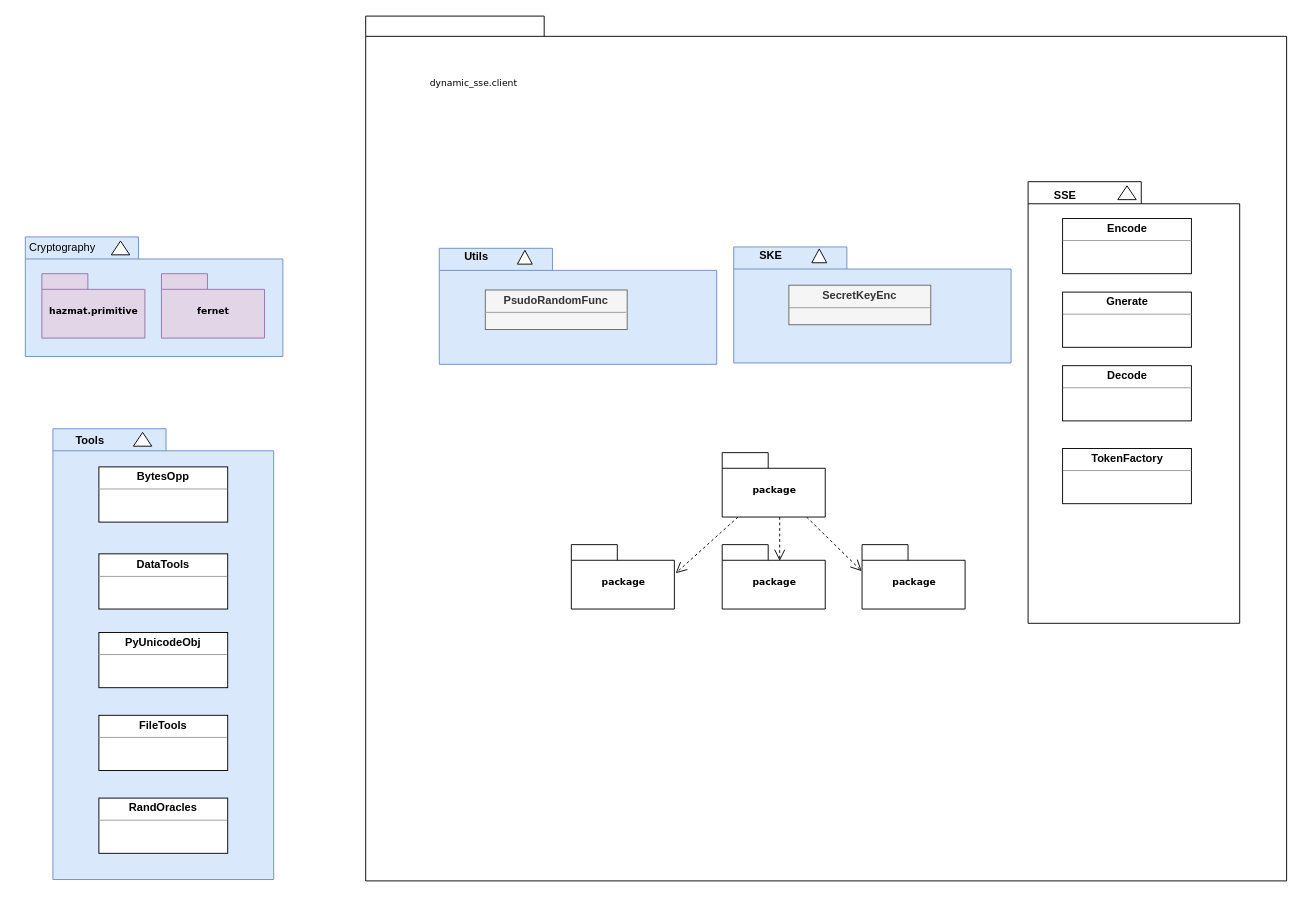
Before: diagrams/structural/client_package.drawio in thisisel/dynamic-sse, a draw.io diagram. Source tidied: cells renumbered, new cells numbered last; positions are measured from the earlier drawing's top-left corner, leaving out a move shared by most shapes. Both pictures are drawn from the tidied source at 92%, with x=0, y=0 at pixel (16, 16).
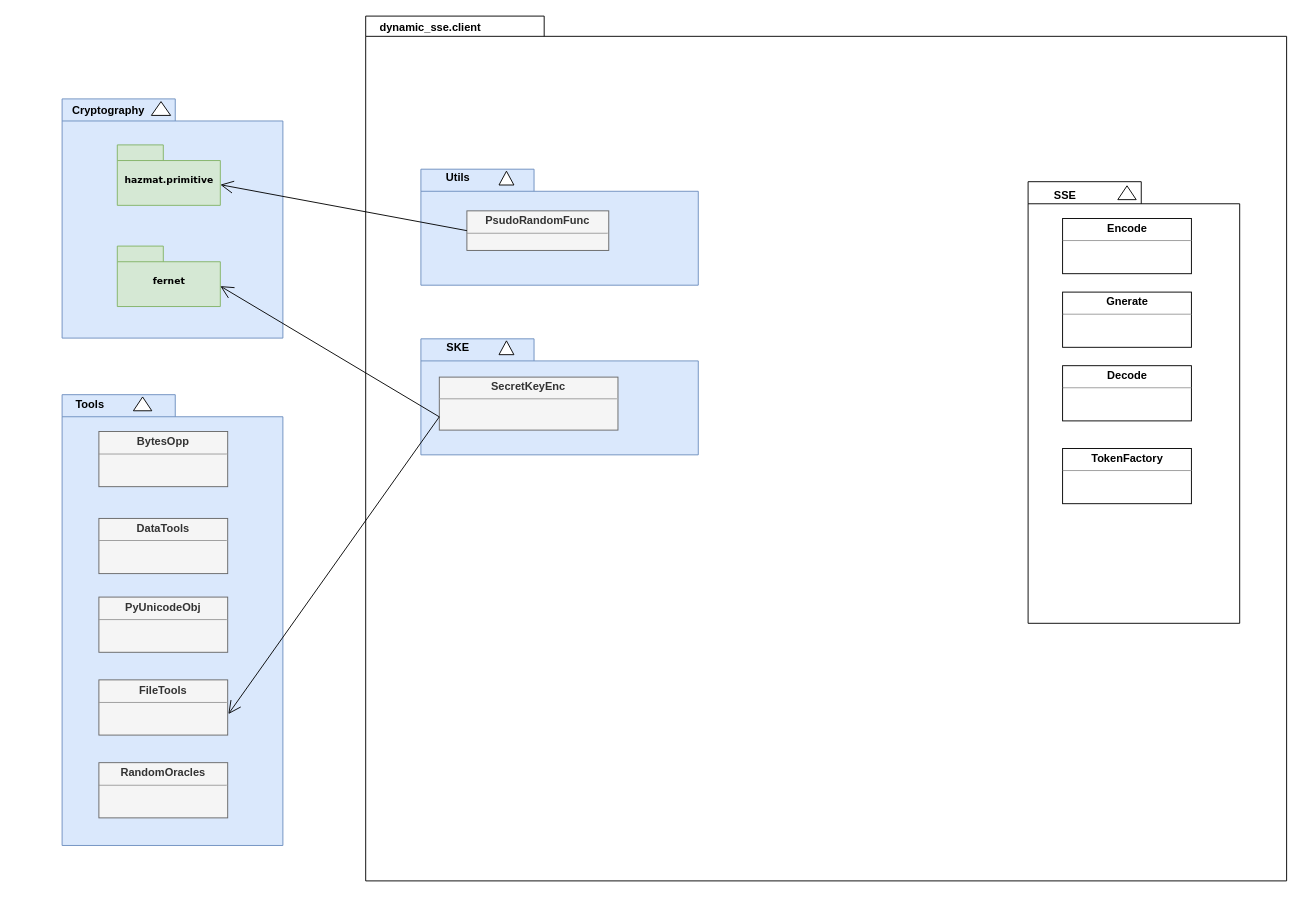
After the change.

Change to the diagram source:
```diff
@@
+    <mxCell id="19" style="group;" parent="1" vertex="1">
+      <mxGeometry x="40" y="90" width="280" height="260" as="geometry" />
+    </mxCell>
+    <mxCell id="20" style="shape=folder;fontStyle=1;spacingTop=10;tabWidth=123;tabHeight=24;tabPosition=left;html=1;rounded=0;shadow=0;comic=0;labelBackgroundColor=none;strokeWidth=1;fontFamily=Verdana;fontSize=10;align=center;fillColor=#dae8fc;strokeColor=#6c8ebf;" parent="19" vertex="1">
+      <mxGeometry x="10" width="240" height="260" as="geometry" />
+    </mxCell>
+    <mxCell id="21" style="triangle;whiteSpace=wrap;html=1;rounded=0;shadow=0;comic=0;labelBackgroundColor=none;strokeWidth=1;fontFamily=Verdana;fontSize=10;align=center;rotation=-90;" parent="19" vertex="1">
+      <mxGeometry x="110" width="15" height="20.9" as="geometry" />
+    </mxCell>
+    <mxCell id="22" value="hazmat.primitive" style="shape=folder;fontStyle=1;spacingTop=10;tabWidth=50;tabHeight=17;tabPosition=left;html=1;rounded=0;shadow=0;comic=0;labelBackgroundColor=none;strokeWidth=1;fontFamily=Verdana;fontSize=10;align=center;fillColor=#d5e8d4;strokeColor=#82b366;" parent="19" vertex="1">
+      <mxGeometry x="70" y="50" width="112" height="65.7" as="geometry" />
+    </mxCell>
+    <mxCell id="23" value="fernet" style="shape=folder;fontStyle=1;spacingTop=10;tabWidth=50;tabHeight=17;tabPosition=left;html=1;rounded=0;shadow=0;comic=0;labelBackgroundColor=none;strokeWidth=1;fontFamily=Verdana;fontSize=10;align=center;fillColor=#d5e8d4;strokeColor=#82b366;" parent="19" vertex="1">
+      <mxGeometry x="70" y="160" width="112" height="65.7" as="geometry" />
+    </mxCell>
+    <mxCell id="24" value="Cryptography" style="text;align=center;fontStyle=1;verticalAlign=middle;spacingLeft=3;spacingRight=3;strokeColor=none;html=1;" parent="19" vertex="1">
+      <mxGeometry x="20" width="80" height="26" as="geometry" />
+    </mxCell>
+    <mxCell id="30" style="group;" parent="1" vertex="1">
+      <mxGeometry x="440" y="165.6" width="301.5" height="126.9" as="geometry" />
+    </mxCell>
+    <mxCell id="44" style="group;" parent="30" vertex="1">
+      <mxGeometry width="301.5" height="126.9" as="geometry" />
+    </mxCell>
+    <mxCell id="31" style="shape=folder;fontStyle=1;spacingTop=10;tabWidth=123;tabHeight=24;tabPosition=left;html=1;rounded=0;shadow=0;comic=0;labelBackgroundColor=none;strokeWidth=1;fontFamily=Verdana;fontSize=10;align=center;fillColor=#dae8fc;strokeColor=#6c8ebf;" parent="44" vertex="1">
+      <mxGeometry y="0.8" width="301.5" height="126.1" as="geometry" />
+    </mxCell>
+    <mxCell id="32" style="triangle;whiteSpace=wrap;html=1;rounded=0;shadow=0;comic=0;labelBackgroundColor=none;strokeWidth=1;fontFamily=Verdana;fontSize=10;align=center;rotation=-90;" parent="44" vertex="1">
+      <mxGeometry x="85.5" y="2.4" width="15" height="16.2" as="geometry" />
+    </mxCell>
+    <mxCell id="33" value="&lt;p style=&quot;margin:0px;margin-top:4px;text-align:center;&quot;&gt;&lt;b&gt;PsudoRandomFunc&lt;/b&gt;&lt;/p&gt;&lt;hr size=&quot;1&quot;&gt;&lt;p style=&quot;margin:0px;margin-left:4px;&quot;&gt;&lt;/p&gt;&lt;p style=&quot;margin:0px;margin-left:4px;&quot;&gt;&lt;br&gt;&lt;/p&gt;" style="verticalAlign=top;align=left;overflow=fill;fontSize=12;fontFamily=Helvetica;html=1;whiteSpace=wrap;fillColor=#f5f5f5;fontColor=#333333;strokeColor=#666666;" parent="44" vertex="1">
+      <mxGeometry x="50" y="46.1" width="154.2" height="43" as="geometry" />
+    </mxCell>
+    <mxCell id="34" value="Utils" style="text;align=center;fontStyle=1;verticalAlign=middle;spacingLeft=3;spacingRight=3;strokeColor=none;html=1;" parent="44" vertex="1">
+      <mxGeometry width="80" height="21.1" as="geometry" />
+    </mxCell>
+    <mxCell id="36" style="shape=folder;fontStyle=1;spacingTop=10;tabWidth=123;tabHeight=24;tabPosition=left;html=1;rounded=0;shadow=0;comic=0;labelBackgroundColor=none;strokeColor=#6c8ebf;strokeWidth=1;fillColor=#dae8fc;fontFamily=Verdana;fontSize=10;align=center;" parent="1" vertex="1">
+      <mxGeometry x="50" y="411.5" width="240" height="490" as="geometry" />
+    </mxCell>
@@
-    <mxCell id="11" style="edgeStyle=elbowEdgeStyle;rounded=0;html=1;entryX=0.559;entryY=0.251;entryPerimeter=0;dashed=1;labelBackgroundColor=none;startFill=0;endArrow=open;endFill=0;endSize=10;fontFamily=Verdana;fontSize=10;" parent="1" edge="1" source="14" target="16">
-      <mxGeometry relative="1" as="geometry" />
+    <mxCell id="11" style="edgeStyle=elbowEdgeStyle;rounded=0;html=1;entryX=0.559;entryY=0.251;entryPerimeter=0;dashed=1;labelBackgroundColor=none;startFill=0;endArrow=open;endFill=0;endSize=10;fontFamily=Verdana;fontSize=10;" parent="1" edge="1">
+      <mxGeometry relative="1" as="geometry">
+        <mxPoint x="829.8" y="544.5" as="sourcePoint" />
+      </mxGeometry>
     </mxCell>
-    <mxCell id="12" style="edgeStyle=none;rounded=0;html=1;dashed=1;labelBackgroundColor=none;startFill=0;endArrow=open;endFill=0;endSize=10;fontFamily=Verdana;fontSize=10;entryX=-0.003;entryY=0.411;entryPerimeter=0;" parent="1" edge="1" source="14" target="17">
-      <mxGeometry relative="1" as="geometry" />
-    </mxCell>
-    <mxCell id="13" style="edgeStyle=none;rounded=0;html=1;dashed=1;labelBackgroundColor=none;startFill=0;endArrow=open;endFill=0;endSize=10;fontFamily=Verdana;fontSize=10;entryX=1.013;entryY=0.444;entryPerimeter=0;" parent="1" edge="1" source="14" target="15">
-      <mxGeometry relative="1" as="geometry" />
-    </mxCell>
-    <mxCell id="14" value="package" style="shape=folder;fontStyle=1;spacingTop=10;tabWidth=50;tabHeight=17;tabPosition=left;html=1;rounded=0;shadow=0;comic=0;labelBackgroundColor=none;strokeColor=#000000;strokeWidth=1;fillColor=#ffffff;fontFamily=Verdana;fontSize=10;fontColor=#000000;align=center;" parent="1" vertex="1">
-      <mxGeometry x="767.5" y="474.5" width="112" height="70" as="geometry" />
-    </mxCell>
-    <mxCell id="15" value="package" style="shape=folder;fontStyle=1;spacingTop=10;tabWidth=50;tabHeight=17;tabPosition=left;html=1;rounded=0;shadow=0;comic=0;labelBackgroundColor=none;strokeColor=#000000;strokeWidth=1;fillColor=#ffffff;fontFamily=Verdana;fontSize=10;fontColor=#000000;align=center;" parent="1" vertex="1">
-      <mxGeometry x="603.5" y="574.5" width="112" height="70" as="geometry" />
-    </mxCell>
-    <mxCell id="16" value="package" style="shape=folder;fontStyle=1;spacingTop=10;tabWidth=50;tabHeight=17;tabPosition=left;html=1;rounded=0;shadow=0;comic=0;labelBackgroundColor=none;strokeColor=#000000;strokeWidth=1;fillColor=#ffffff;fontFamily=Verdana;fontSize=10;fontColor=#000000;align=center;" parent="1" vertex="1">
-      <mxGeometry x="767.5" y="574.5" width="112" height="70" as="geometry" />
-    </mxCell>
-    <mxCell id="17" value="package" style="shape=folder;fontStyle=1;spacingTop=10;tabWidth=50;tabHeight=17;tabPosition=left;html=1;rounded=0;shadow=0;comic=0;labelBackgroundColor=none;strokeColor=#000000;strokeWidth=1;fillColor=#ffffff;fontFamily=Verdana;fontSize=10;fontColor=#000000;align=center;" parent="1" vertex="1">
-      <mxGeometry x="919.5" y="574.5" width="112" height="70" as="geometry" />
-    </mxCell>
-    <mxCell id="18" value="dynamic_sse.client" style="text;html=1;align=left;verticalAlign=top;spacingTop=-4;fontSize=10;fontFamily=Verdana;" parent="1" vertex="1">
-      <mxGeometry x="447.5" y="64.5" width="130" height="20" as="geometry" />
-    </mxCell>
-    <mxCell id="19" style="group;" parent="1" vertex="1">
-      <mxGeometry x="10" y="240" width="280" height="130" as="geometry" />
-    </mxCell>
-    <mxCell id="20" style="shape=folder;fontStyle=1;spacingTop=10;tabWidth=123;tabHeight=24;tabPosition=left;html=1;rounded=0;shadow=0;comic=0;labelBackgroundColor=none;strokeWidth=1;fontFamily=Verdana;fontSize=10;align=center;fillColor=#dae8fc;strokeColor=#6c8ebf;" parent="19" vertex="1">
-      <mxGeometry width="280" height="130" as="geometry" />
-    </mxCell>
-    <mxCell id="21" style="triangle;whiteSpace=wrap;html=1;rounded=0;shadow=0;comic=0;labelBackgroundColor=none;strokeWidth=1;fontFamily=Verdana;fontSize=10;align=center;rotation=-90;" parent="19" vertex="1">
-      <mxGeometry x="96" y="2" width="15" height="20" as="geometry" />
-    </mxCell>
-    <mxCell id="22" value="hazmat.primitive" style="shape=folder;fontStyle=1;spacingTop=10;tabWidth=50;tabHeight=17;tabPosition=left;html=1;rounded=0;shadow=0;comic=0;labelBackgroundColor=none;strokeWidth=1;fontFamily=Verdana;fontSize=10;align=center;fillColor=#e1d5e7;strokeColor=#9673a6;" parent="19" vertex="1">
-      <mxGeometry x="18" y="40" width="112" height="70" as="geometry" />
-    </mxCell>
-    <mxCell id="23" value="fernet" style="shape=folder;fontStyle=1;spacingTop=10;tabWidth=50;tabHeight=17;tabPosition=left;html=1;rounded=0;shadow=0;comic=0;labelBackgroundColor=none;strokeWidth=1;fontFamily=Verdana;fontSize=10;align=center;fillColor=#e1d5e7;strokeColor=#9673a6;" parent="19" vertex="1">
-      <mxGeometry x="148" y="40" width="112" height="70" as="geometry" />
-    </mxCell>
-    <mxCell id="24" value="Cryptography" style="text;html=1;align=center;verticalAlign=middle;strokeColor=none;fillColor=none;" parent="19" vertex="1">
-      <mxGeometry x="-10" y="-3" width="100" height="30" as="geometry" />
-    </mxCell>
     <mxCell id="25" style="group;" parent="1" vertex="1">
-      <mxGeometry x="780" y="250.1" width="301.5" height="126.9" as="geometry" />
+      <mxGeometry x="440" y="350" width="301.5" height="126.9" as="geometry" />
     </mxCell>
@@
     <mxCell id="28" value="&lt;p style=&quot;margin:0px;margin-top:4px;text-align:center;&quot;&gt;&lt;b&gt;SecretKeyEnc&lt;/b&gt;&lt;/p&gt;&lt;hr size=&quot;1&quot;&gt;&lt;p style=&quot;margin:0px;margin-left:4px;&quot;&gt;&lt;/p&gt;&lt;p style=&quot;margin:0px;margin-left:4px;&quot;&gt;&lt;br&gt;&lt;/p&gt;" style="verticalAlign=top;align=left;overflow=fill;fontSize=12;fontFamily=Helvetica;html=1;whiteSpace=wrap;fillColor=#f5f5f5;fontColor=#333333;strokeColor=#666666;" parent="25" vertex="1">
-      <mxGeometry x="60" y="42.4" width="154.2" height="43" as="geometry" />
+      <mxGeometry x="20" y="42.4" width="194.2" height="57.6" as="geometry" />
     </mxCell>
@@
-    <mxCell id="30" style="group;" parent="1" vertex="1">
-      <mxGeometry x="460" y="251.6" width="301.5" height="126.9" as="geometry" />
-    </mxCell>
-    <mxCell id="31" style="shape=folder;fontStyle=1;spacingTop=10;tabWidth=123;tabHeight=24;tabPosition=left;html=1;rounded=0;shadow=0;comic=0;labelBackgroundColor=none;strokeWidth=1;fontFamily=Verdana;fontSize=10;align=center;fillColor=#dae8fc;strokeColor=#6c8ebf;" parent="30" vertex="1">
-      <mxGeometry y="0.8" width="301.5" height="126.1" as="geometry" />
-    </mxCell>
-    <mxCell id="32" style="triangle;whiteSpace=wrap;html=1;rounded=0;shadow=0;comic=0;labelBackgroundColor=none;strokeWidth=1;fontFamily=Verdana;fontSize=10;align=center;rotation=-90;" parent="30" vertex="1">
-      <mxGeometry x="85.5" y="2.4" width="15" height="16.2" as="geometry" />
-    </mxCell>
-    <mxCell id="33" value="&lt;p style=&quot;margin:0px;margin-top:4px;text-align:center;&quot;&gt;&lt;b&gt;PsudoRandomFunc&lt;/b&gt;&lt;/p&gt;&lt;hr size=&quot;1&quot;&gt;&lt;p style=&quot;margin:0px;margin-left:4px;&quot;&gt;&lt;/p&gt;&lt;p style=&quot;margin:0px;margin-left:4px;&quot;&gt;&lt;br&gt;&lt;/p&gt;" style="verticalAlign=top;align=left;overflow=fill;fontSize=12;fontFamily=Helvetica;html=1;whiteSpace=wrap;fillColor=#f5f5f5;fontColor=#333333;strokeColor=#666666;" parent="30" vertex="1">
-      <mxGeometry x="50" y="46.1" width="154.2" height="43" as="geometry" />
-    </mxCell>
-    <mxCell id="34" value="Utils" style="text;align=center;fontStyle=1;verticalAlign=middle;spacingLeft=3;spacingRight=3;strokeColor=none;html=1;" parent="30" vertex="1">
-      <mxGeometry width="80" height="21.1" as="geometry" />
-    </mxCell>
-    <mxCell id="35" style="group;" parent="1" vertex="1">
-      <mxGeometry x="40" y="448.5" width="240" height="490" as="geometry" />
-    </mxCell>
-    <mxCell id="36" style="shape=folder;fontStyle=1;spacingTop=10;tabWidth=123;tabHeight=24;tabPosition=left;html=1;rounded=0;shadow=0;comic=0;labelBackgroundColor=none;strokeColor=#6c8ebf;strokeWidth=1;fillColor=#dae8fc;fontFamily=Verdana;fontSize=10;align=center;" parent="35" vertex="1">
-      <mxGeometry width="240" height="490" as="geometry" />
-    </mxCell>
+    <mxCell id="18" value="dynamic_sse.client" style="text;align=center;fontStyle=1;verticalAlign=middle;spacingLeft=3;spacingRight=3;strokeColor=none;html=1;" parent="1" vertex="1">
+      <mxGeometry x="410" width="80" height="26" as="geometry" />
+    </mxCell>
+    <mxCell id="45" style="endArrow=open;endFill=1;endSize=12;html=1;rounded=0;exitX=0;exitY=0.75;exitDx=0;exitDy=0;entryX=0;entryY=0;entryDx=112;entryDy=43.5;entryPerimeter=0;" parent="1" edge="1" source="28" target="23">
+      <mxGeometry relative="1" as="geometry" />
+    </mxCell>
+    <mxCell id="46" style="endArrow=open;endFill=1;endSize=12;html=1;rounded=0;exitX=0;exitY=0.75;exitDx=0;exitDy=0;entryX=1.005;entryY=0.62;entryDx=0;entryDy=0;entryPerimeter=0;" parent="1" edge="1" source="28" target="41">
+      <mxGeometry relative="1" as="geometry" />
+    </mxCell>
-    <mxCell id="37" style="triangle;whiteSpace=wrap;html=1;rounded=0;shadow=0;comic=0;labelBackgroundColor=none;strokeColor=#000000;strokeWidth=1;fillColor=#ffffff;fontFamily=Verdana;fontSize=10;fontColor=#000000;align=center;rotation=-90;" parent="35" vertex="1">
-      <mxGeometry x="90" y="1.5" width="15" height="20" as="geometry" />
+    <mxCell id="37" style="triangle;whiteSpace=wrap;html=1;rounded=0;shadow=0;comic=0;labelBackgroundColor=none;strokeColor=#000000;strokeWidth=1;fillColor=#ffffff;fontFamily=Verdana;fontSize=10;fontColor=#000000;align=center;rotation=-90;" parent="1" vertex="1">
+      <mxGeometry x="130" y="411.5" width="15" height="20" as="geometry" />
     </mxCell>
-    <mxCell id="38" value="Tools" style="text;align=center;fontStyle=1;verticalAlign=middle;spacingLeft=3;spacingRight=3;strokeColor=none;html=1;" parent="35" vertex="1">
-      <mxGeometry width="80" height="26" as="geometry" />
+    <mxCell id="38" value="Tools" style="text;align=center;fontStyle=1;verticalAlign=middle;spacingLeft=3;spacingRight=3;strokeColor=none;html=1;" parent="1" vertex="1">
+      <mxGeometry x="40" y="410" width="80" height="26" as="geometry" />
     </mxCell>
-    <mxCell id="39" value="&lt;p style=&quot;margin:0px;margin-top:4px;text-align:center;&quot;&gt;&lt;b&gt;BytesOpp&lt;/b&gt;&lt;/p&gt;&lt;hr size=&quot;1&quot;&gt;&lt;div style=&quot;height:2px;&quot;&gt;&lt;/div&gt;" style="verticalAlign=top;align=left;overflow=fill;fontSize=12;fontFamily=Helvetica;html=1;whiteSpace=wrap;" parent="35" vertex="1">
-      <mxGeometry x="50" y="41.5" width="140" height="60" as="geometry" />
+    <mxCell id="39" value="&lt;p style=&quot;margin:0px;margin-top:4px;text-align:center;&quot;&gt;&lt;b&gt;BytesOpp&lt;/b&gt;&lt;/p&gt;&lt;hr size=&quot;1&quot;&gt;&lt;div style=&quot;height:2px;&quot;&gt;&lt;/div&gt;" style="verticalAlign=top;align=left;overflow=fill;fontSize=12;fontFamily=Helvetica;html=1;whiteSpace=wrap;fillColor=#f5f5f5;fontColor=#333333;strokeColor=#666666;" parent="1" vertex="1">
+      <mxGeometry x="90" y="451.5" width="140" height="60" as="geometry" />
     </mxCell>
-    <mxCell id="40" value="&lt;p style=&quot;margin:0px;margin-top:4px;text-align:center;&quot;&gt;&lt;b&gt;DataTools&lt;/b&gt;&lt;/p&gt;&lt;hr size=&quot;1&quot;&gt;&lt;div style=&quot;height:2px;&quot;&gt;&lt;/div&gt;" style="verticalAlign=top;align=left;overflow=fill;fontSize=12;fontFamily=Helvetica;html=1;whiteSpace=wrap;" parent="35" vertex="1">
-      <mxGeometry x="50" y="136" width="140" height="60" as="geometry" />
+    <mxCell id="40" value="&lt;p style=&quot;margin:0px;margin-top:4px;text-align:center;&quot;&gt;&lt;b&gt;DataTools&lt;/b&gt;&lt;/p&gt;&lt;hr size=&quot;1&quot;&gt;&lt;div style=&quot;height:2px;&quot;&gt;&lt;/div&gt;" style="verticalAlign=top;align=left;overflow=fill;fontSize=12;fontFamily=Helvetica;html=1;whiteSpace=wrap;fillColor=#f5f5f5;fontColor=#333333;strokeColor=#666666;" parent="1" vertex="1">
+      <mxGeometry x="90" y="546" width="140" height="60" as="geometry" />
     </mxCell>
-    <mxCell id="41" value="&lt;p style=&quot;margin:0px;margin-top:4px;text-align:center;&quot;&gt;&lt;b&gt;FileTools&lt;/b&gt;&lt;/p&gt;&lt;hr size=&quot;1&quot;&gt;&lt;div style=&quot;height:2px;&quot;&gt;&lt;/div&gt;" style="verticalAlign=top;align=left;overflow=fill;fontSize=12;fontFamily=Helvetica;html=1;whiteSpace=wrap;" parent="35" vertex="1">
-      <mxGeometry x="50" y="311.5" width="140" height="60" as="geometry" />
+    <mxCell id="41" value="&lt;p style=&quot;margin:0px;margin-top:4px;text-align:center;&quot;&gt;&lt;b&gt;FileTools&lt;/b&gt;&lt;/p&gt;&lt;hr size=&quot;1&quot;&gt;&lt;div style=&quot;height:2px;&quot;&gt;&lt;/div&gt;" style="verticalAlign=top;align=left;overflow=fill;fontSize=12;fontFamily=Helvetica;html=1;whiteSpace=wrap;fillColor=#f5f5f5;fontColor=#333333;strokeColor=#666666;" parent="1" vertex="1">
+      <mxGeometry x="90" y="721.5" width="140" height="60" as="geometry" />
     </mxCell>
-    <mxCell id="42" value="&lt;p style=&quot;margin:0px;margin-top:4px;text-align:center;&quot;&gt;&lt;b&gt;RandOracles&lt;/b&gt;&lt;/p&gt;&lt;hr size=&quot;1&quot;&gt;&lt;div style=&quot;height:2px;&quot;&gt;&lt;/div&gt;" style="verticalAlign=top;align=left;overflow=fill;fontSize=12;fontFamily=Helvetica;html=1;whiteSpace=wrap;" parent="35" vertex="1">
-      <mxGeometry x="50" y="401.5" width="140" height="60" as="geometry" />
+    <mxCell id="42" value="&lt;p style=&quot;margin:0px;margin-top:4px;text-align:center;&quot;&gt;&lt;b&gt;RandomOracles&lt;/b&gt;&lt;/p&gt;&lt;hr size=&quot;1&quot;&gt;&lt;div style=&quot;height:2px;&quot;&gt;&lt;/div&gt;" style="verticalAlign=top;align=left;overflow=fill;fontSize=12;fontFamily=Helvetica;html=1;whiteSpace=wrap;fillColor=#f5f5f5;fontColor=#333333;strokeColor=#666666;" parent="1" vertex="1">
+      <mxGeometry x="90" y="811.5" width="140" height="60" as="geometry" />
     </mxCell>
-    <mxCell id="43" value="&lt;p style=&quot;margin:0px;margin-top:4px;text-align:center;&quot;&gt;&lt;b&gt;PyUnicodeObj&lt;/b&gt;&lt;/p&gt;&lt;hr size=&quot;1&quot;&gt;&lt;div style=&quot;height:2px;&quot;&gt;&lt;/div&gt;" style="verticalAlign=top;align=left;overflow=fill;fontSize=12;fontFamily=Helvetica;html=1;whiteSpace=wrap;" parent="35" vertex="1">
-      <mxGeometry x="50" y="221.5" width="140" height="60" as="geometry" />
+    <mxCell id="43" value="&lt;p style=&quot;margin:0px;margin-top:4px;text-align:center;&quot;&gt;&lt;b&gt;PyUnicodeObj&lt;/b&gt;&lt;/p&gt;&lt;hr size=&quot;1&quot;&gt;&lt;div style=&quot;height:2px;&quot;&gt;&lt;/div&gt;" style="verticalAlign=top;align=left;overflow=fill;fontSize=12;fontFamily=Helvetica;html=1;whiteSpace=wrap;fillColor=#f5f5f5;fontColor=#333333;strokeColor=#666666;" parent="1" vertex="1">
+      <mxGeometry x="90" y="631.5" width="140" height="60" as="geometry" />
     </mxCell>
+    <mxCell id="47" style="endArrow=open;endFill=1;endSize=12;html=1;rounded=0;exitX=0;exitY=0.5;exitDx=0;exitDy=0;" parent="1" edge="1" source="33" target="22">
+      <mxGeometry relative="1" as="geometry" />
+    </mxCell>
```
